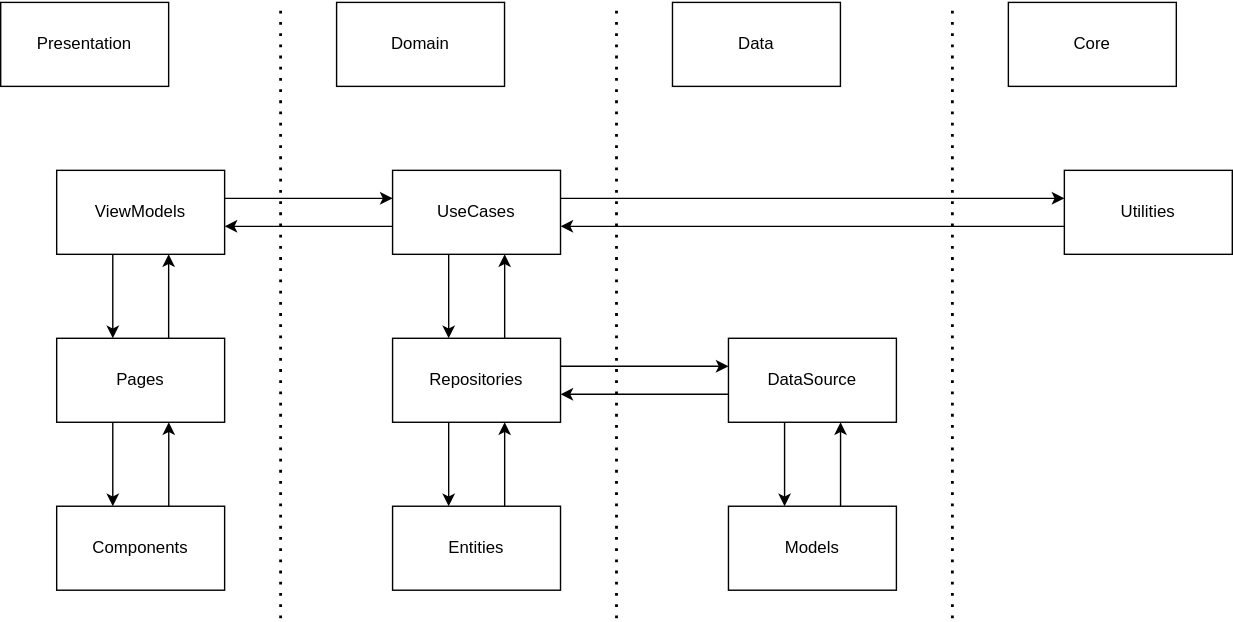
Earlier version of the draw.io export assets/MRT Jakarta Navigation Use Cases-Clean Architecture Programming.drawio.svg (jasonrichdarmawan/ProtocolExample). Source tidied: cells renumbered, new cells last; positions are measured from the earlier drawing's top-left corner, leaving out a move shared by most shapes.
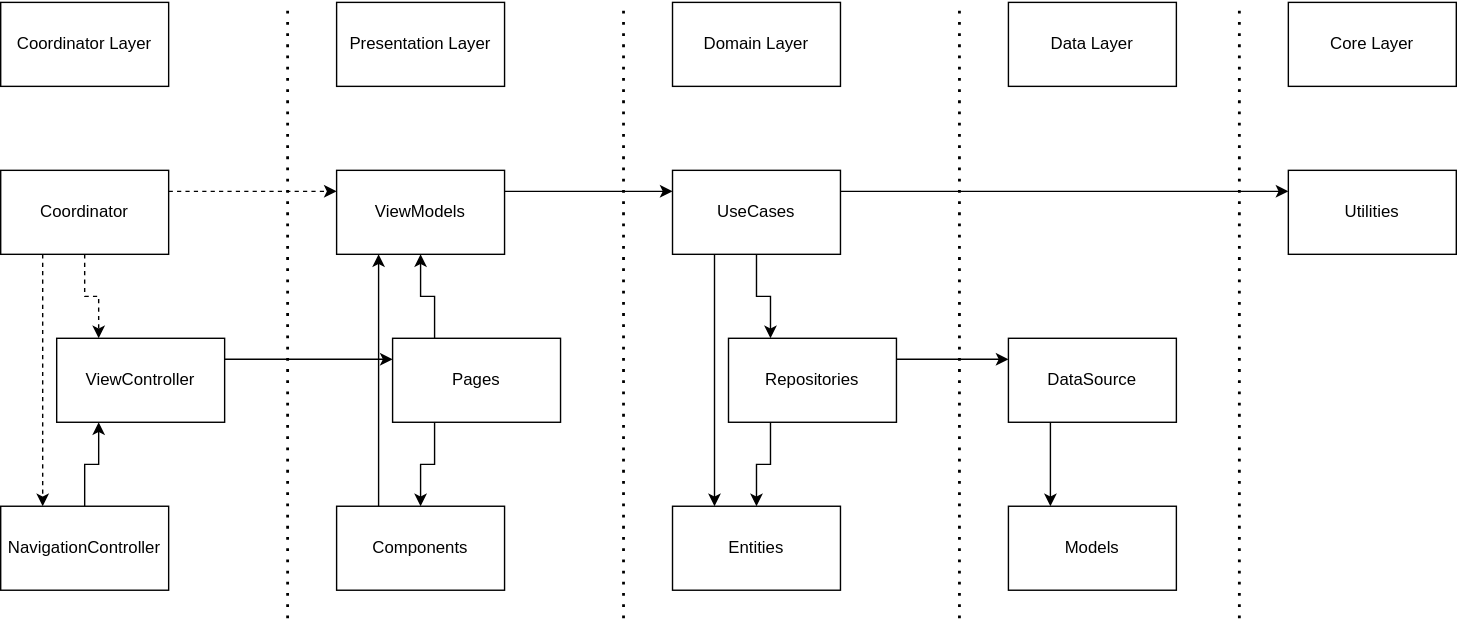
The same file after the commit.

Commit message:
chore: update clean architecture

Change to the diagram source:
```diff
@@ -2,190 +2,125 @@
   <root>
     <mxCell id="0" />
     <mxCell id="1" parent="0" />
-    <mxCell id="2" value="Presentation" style="rounded=0;whiteSpace=wrap;html=1;" parent="1" vertex="1">
-      <mxGeometry width="120" height="60" as="geometry" />
+    <mxCell id="2" value="Presentation Layer" style="rounded=0;whiteSpace=wrap;html=1;" parent="1" vertex="1">
+      <mxGeometry x="40" width="120" height="60" as="geometry" />
     </mxCell>
-    <mxCell id="3" style="edgeStyle=orthogonalEdgeStyle;rounded=0;orthogonalLoop=1;jettySize=auto;html=1;" parent="1" edge="1">
-      <mxGeometry relative="1" as="geometry">
-        <mxPoint x="120" y="280" as="sourcePoint" />
-        <mxPoint x="120" y="180" as="targetPoint" />
-      </mxGeometry>
-    </mxCell>
+    <mxCell id="34" style="edgeStyle=orthogonalEdgeStyle;rounded=0;jettySize=auto;html=1;entryX=0.5;entryY=1;entryDx=0;entryDy=0;exitX=0.25;exitY=0;exitDx=0;exitDy=0;" parent="1" edge="1" source="5" target="8">
+      <mxGeometry relative="1" as="geometry" />
+    </mxCell>
-    <mxCell id="4" style="edgeStyle=orthogonalEdgeStyle;rounded=0;jettySize=auto;html=1;" parent="1" edge="1" source="5" target="10">
-      <mxGeometry relative="1" as="geometry">
-        <Array as="points">
-          <mxPoint x="80" y="330" />
-          <mxPoint x="80" y="330" />
-        </Array>
-      </mxGeometry>
+    <mxCell id="4" style="edgeStyle=orthogonalEdgeStyle;rounded=0;jettySize=auto;html=1;entryX=0.5;entryY=0;entryDx=0;entryDy=0;exitX=0.25;exitY=1;exitDx=0;exitDy=0;" parent="1" edge="1" source="5" target="10">
+      <mxGeometry relative="1" as="geometry" />
     </mxCell>
     <mxCell id="5" value="Pages" style="rounded=0;whiteSpace=wrap;html=1;" parent="1" vertex="1">
-      <mxGeometry x="40" y="240" width="120" height="60" as="geometry" />
+      <mxGeometry x="80" y="240" width="120" height="60" as="geometry" />
     </mxCell>
-    <mxCell id="6" style="edgeStyle=orthogonalEdgeStyle;rounded=0;jettySize=auto;html=1;" parent="1" edge="1" source="8" target="5">
-      <mxGeometry relative="1" as="geometry">
-        <Array as="points">
-          <mxPoint x="80" y="210" />
-          <mxPoint x="80" y="210" />
-        </Array>
-      </mxGeometry>
-    </mxCell>
-    <mxCell id="7" style="edgeStyle=orthogonalEdgeStyle;rounded=0;orthogonalLoop=1;jettySize=auto;html=1;" parent="1" edge="1">
-      <mxGeometry relative="1" as="geometry">
-        <mxPoint x="160" y="140" as="sourcePoint" />
-        <mxPoint x="280" y="140" as="targetPoint" />
-        <Array as="points">
-          <mxPoint x="240" y="140" />
-          <mxPoint x="240" y="140" />
-        </Array>
-      </mxGeometry>
-    </mxCell>
+    <mxCell id="35" style="edgeStyle=orthogonalEdgeStyle;rounded=0;jettySize=auto;html=1;entryX=0;entryY=0.25;entryDx=0;entryDy=0;exitX=1;exitY=0.25;exitDx=0;exitDy=0;" parent="1" edge="1" source="8" target="17">
+      <mxGeometry relative="1" as="geometry" />
+    </mxCell>
     <mxCell id="8" value="ViewModels" style="rounded=0;whiteSpace=wrap;html=1;" parent="1" vertex="1">
       <mxGeometry x="40" y="120" width="120" height="60" as="geometry" />
     </mxCell>
-    <mxCell id="9" style="edgeStyle=orthogonalEdgeStyle;rounded=0;jettySize=auto;html=1;" parent="1" edge="1" source="10" target="5">
-      <mxGeometry relative="1" as="geometry">
-        <Array as="points">
-          <mxPoint x="120" y="330" />
-          <mxPoint x="120" y="330" />
-        </Array>
-      </mxGeometry>
-    </mxCell>
+    <mxCell id="36" style="edgeStyle=orthogonalEdgeStyle;rounded=0;jettySize=auto;html=1;entryX=0.25;entryY=1;entryDx=0;entryDy=0;exitX=0.25;exitY=0;exitDx=0;exitDy=0;" parent="1" edge="1" source="10" target="8">
+      <mxGeometry relative="1" as="geometry" />
+    </mxCell>
     <mxCell id="10" value="Components" style="rounded=0;whiteSpace=wrap;html=1;" parent="1" vertex="1">
       <mxGeometry x="40" y="360" width="120" height="60" as="geometry" />
     </mxCell>
-    <mxCell id="11" value="Domain" style="rounded=0;whiteSpace=wrap;html=1;" parent="1" vertex="1">
-      <mxGeometry x="240" width="120" height="60" as="geometry" />
+    <mxCell id="11" value="Domain Layer" style="rounded=0;whiteSpace=wrap;html=1;" parent="1" vertex="1">
+      <mxGeometry x="280" width="120" height="60" as="geometry" />
     </mxCell>
-    <mxCell id="12" style="edgeStyle=orthogonalEdgeStyle;rounded=0;jettySize=auto;html=1;" parent="1" edge="1" source="13" target="21">
-      <mxGeometry relative="1" as="geometry">
-        <Array as="points">
-          <mxPoint x="360" y="330" />
-          <mxPoint x="360" y="330" />
-        </Array>
-      </mxGeometry>
-    </mxCell>
     <mxCell id="13" value="Entities" style="rounded=0;whiteSpace=wrap;html=1;" parent="1" vertex="1">
       <mxGeometry x="280" y="360" width="120" height="60" as="geometry" />
     </mxCell>
-    <mxCell id="14" style="edgeStyle=orthogonalEdgeStyle;rounded=0;jettySize=auto;html=1;" parent="1" edge="1" source="17" target="8">
-      <mxGeometry relative="1" as="geometry">
-        <Array as="points">
-          <mxPoint x="240" y="160" />
-          <mxPoint x="240" y="160" />
-        </Array>
-      </mxGeometry>
-    </mxCell>
-    <mxCell id="15" style="edgeStyle=orthogonalEdgeStyle;rounded=0;jettySize=auto;html=1;" parent="1" edge="1" source="17" target="21">
-      <mxGeometry relative="1" as="geometry">
-        <Array as="points">
-          <mxPoint x="320" y="210" />
-          <mxPoint x="320" y="210" />
-        </Array>
-      </mxGeometry>
+    <mxCell id="15" style="edgeStyle=orthogonalEdgeStyle;rounded=0;jettySize=auto;html=1;exitX=0.5;exitY=1;exitDx=0;exitDy=0;entryX=0.25;entryY=0;entryDx=0;entryDy=0;" parent="1" edge="1" source="17" target="21">
+      <mxGeometry relative="1" as="geometry" />
     </mxCell>
+    <mxCell id="37" style="edgeStyle=orthogonalEdgeStyle;rounded=0;jettySize=auto;html=1;entryX=0.25;entryY=0;entryDx=0;entryDy=0;exitX=0.25;exitY=1;exitDx=0;exitDy=0;" parent="1" edge="1" source="17" target="13">
+      <mxGeometry relative="1" as="geometry" />
+    </mxCell>
-    <mxCell id="16" style="edgeStyle=orthogonalEdgeStyle;rounded=0;jettySize=auto;html=1;" parent="1" edge="1" source="17" target="33">
-      <mxGeometry relative="1" as="geometry">
-        <Array as="points">
-          <mxPoint x="620" y="140" />
-          <mxPoint x="620" y="140" />
-        </Array>
-      </mxGeometry>
+    <mxCell id="16" style="edgeStyle=orthogonalEdgeStyle;rounded=0;jettySize=auto;html=1;entryX=0;entryY=0.25;entryDx=0;entryDy=0;exitX=1;exitY=0.25;exitDx=0;exitDy=0;" parent="1" edge="1" source="17" target="33">
+      <mxGeometry relative="1" as="geometry" />
     </mxCell>
     <mxCell id="17" value="UseCases" style="rounded=0;whiteSpace=wrap;html=1;" parent="1" vertex="1">
       <mxGeometry x="280" y="120" width="120" height="60" as="geometry" />
     </mxCell>
+    <mxCell id="19" style="edgeStyle=orthogonalEdgeStyle;rounded=0;jettySize=auto;html=1;entryX=0.5;entryY=0;entryDx=0;entryDy=0;exitX=0.25;exitY=1;exitDx=0;exitDy=0;" parent="1" edge="1" source="21" target="13">
+      <mxGeometry relative="1" as="geometry" />
+    </mxCell>
-    <mxCell id="18" style="edgeStyle=orthogonalEdgeStyle;rounded=0;jettySize=auto;html=1;" parent="1" edge="1" source="21" target="25">
-      <mxGeometry relative="1" as="geometry">
-        <Array as="points">
-          <mxPoint x="450" y="260" />
-          <mxPoint x="450" y="260" />
-        </Array>
-      </mxGeometry>
+    <mxCell id="18" style="edgeStyle=orthogonalEdgeStyle;rounded=0;jettySize=auto;html=1;entryX=0;entryY=0.25;entryDx=0;entryDy=0;exitX=1;exitY=0.25;exitDx=0;exitDy=0;" parent="1" edge="1" source="21" target="25">
+      <mxGeometry relative="1" as="geometry" />
     </mxCell>
-    <mxCell id="19" style="edgeStyle=orthogonalEdgeStyle;rounded=0;jettySize=auto;html=1;" parent="1" edge="1" source="21" target="13">
-      <mxGeometry relative="1" as="geometry">
-        <Array as="points">
-          <mxPoint x="320" y="330" />
-          <mxPoint x="320" y="330" />
-        </Array>
-      </mxGeometry>
-    </mxCell>
-    <mxCell id="20" style="edgeStyle=orthogonalEdgeStyle;rounded=0;jettySize=auto;html=1;" parent="1" edge="1" source="21" target="17">
-      <mxGeometry relative="1" as="geometry">
-        <Array as="points">
-          <mxPoint x="360" y="210" />
-          <mxPoint x="360" y="210" />
-        </Array>
-      </mxGeometry>
-    </mxCell>
     <mxCell id="21" value="Repositories" style="rounded=0;whiteSpace=wrap;html=1;" parent="1" vertex="1">
-      <mxGeometry x="280" y="240" width="120" height="60" as="geometry" />
+      <mxGeometry x="320" y="240" width="120" height="60" as="geometry" />
     </mxCell>
-    <mxCell id="22" value="Data" style="rounded=0;whiteSpace=wrap;html=1;" parent="1" vertex="1">
-      <mxGeometry x="480" width="120" height="60" as="geometry" />
+    <mxCell id="22" value="Data Layer" style="rounded=0;whiteSpace=wrap;html=1;" parent="1" vertex="1">
+      <mxGeometry x="520" width="120" height="60" as="geometry" />
     </mxCell>
-    <mxCell id="23" style="edgeStyle=orthogonalEdgeStyle;rounded=0;jettySize=auto;html=1;" parent="1" edge="1" source="25" target="21">
-      <mxGeometry relative="1" as="geometry">
-        <Array as="points">
-          <mxPoint x="470" y="280" />
-          <mxPoint x="470" y="280" />
-        </Array>
-      </mxGeometry>
-    </mxCell>
-    <mxCell id="24" style="edgeStyle=orthogonalEdgeStyle;rounded=0;jettySize=auto;html=1;" parent="1" edge="1" source="25" target="27">
-      <mxGeometry relative="1" as="geometry">
-        <Array as="points">
-          <mxPoint x="560" y="330" />
-          <mxPoint x="560" y="330" />
-        </Array>
-      </mxGeometry>
+    <mxCell id="24" style="edgeStyle=orthogonalEdgeStyle;rounded=0;jettySize=auto;html=1;entryX=0.25;entryY=0;entryDx=0;entryDy=0;exitX=0.25;exitY=1;exitDx=0;exitDy=0;" parent="1" edge="1" source="25" target="27">
+      <mxGeometry relative="1" as="geometry" />
     </mxCell>
     <mxCell id="25" value="DataSource" style="rounded=0;whiteSpace=wrap;html=1;" parent="1" vertex="1">
       <mxGeometry x="520" y="240" width="120" height="60" as="geometry" />
     </mxCell>
-    <mxCell id="26" style="edgeStyle=orthogonalEdgeStyle;rounded=0;jettySize=auto;html=1;" parent="1" edge="1" source="27" target="25">
-      <mxGeometry relative="1" as="geometry">
-        <Array as="points">
-          <mxPoint x="600" y="330" />
-          <mxPoint x="600" y="330" />
-        </Array>
-      </mxGeometry>
-    </mxCell>
     <mxCell id="27" value="Models" style="rounded=0;whiteSpace=wrap;html=1;" parent="1" vertex="1">
       <mxGeometry x="520" y="360" width="120" height="60" as="geometry" />
     </mxCell>
     <mxCell id="28" style="endArrow=none;dashed=1;html=1;dashPattern=1 3;strokeWidth=2;rounded=0;" parent="1" edge="1">
       <mxGeometry relative="1" as="geometry">
-        <mxPoint x="200" y="440" as="sourcePoint" />
-        <mxPoint x="200" as="targetPoint" />
+        <mxPoint x="245" y="440" as="sourcePoint" />
+        <mxPoint x="245" as="targetPoint" />
       </mxGeometry>
     </mxCell>
     <mxCell id="29" style="endArrow=none;dashed=1;html=1;dashPattern=1 3;strokeWidth=2;rounded=0;" parent="1" edge="1">
       <mxGeometry relative="1" as="geometry">
-        <mxPoint x="440" y="440" as="sourcePoint" />
-        <mxPoint x="440" as="targetPoint" />
+        <mxPoint x="485" y="440" as="sourcePoint" />
+        <mxPoint x="485" as="targetPoint" />
       </mxGeometry>
     </mxCell>
     <mxCell id="30" style="endArrow=none;dashed=1;html=1;dashPattern=1 3;strokeWidth=2;rounded=0;" parent="1" edge="1">
       <mxGeometry relative="1" as="geometry">
-        <mxPoint x="680" y="440" as="sourcePoint" />
-        <mxPoint x="680" as="targetPoint" />
+        <mxPoint x="685" y="440" as="sourcePoint" />
+        <mxPoint x="685" as="targetPoint" />
       </mxGeometry>
     </mxCell>
-    <mxCell id="31" value="Core" style="rounded=0;whiteSpace=wrap;html=1;" parent="1" vertex="1">
+    <mxCell id="31" value="Core Layer" style="rounded=0;whiteSpace=wrap;html=1;" parent="1" vertex="1">
       <mxGeometry x="720" width="120" height="60" as="geometry" />
     </mxCell>
-    <mxCell id="32" style="edgeStyle=orthogonalEdgeStyle;rounded=0;jettySize=auto;html=1;" parent="1" edge="1" source="33" target="17">
-      <mxGeometry relative="1" as="geometry">
-        <Array as="points">
-          <mxPoint x="530" y="160" />
-          <mxPoint x="530" y="160" />
-        </Array>
-      </mxGeometry>
-    </mxCell>
     <mxCell id="33" value="Utilities" style="rounded=0;whiteSpace=wrap;html=1;" parent="1" vertex="1">
-      <mxGeometry x="760" y="120" width="120" height="60" as="geometry" />
+      <mxGeometry x="720" y="120" width="120" height="60" as="geometry" />
     </mxCell>
+    <mxCell id="38" value="Coordinator Layer" style="rounded=0;whiteSpace=wrap;html=1;" parent="1" vertex="1">
+      <mxGeometry x="-200" width="120" height="60" as="geometry" />
+    </mxCell>
+    <mxCell id="39" style="endArrow=none;dashed=1;html=1;dashPattern=1 3;strokeWidth=2;rounded=0;" parent="1" edge="1">
+      <mxGeometry relative="1" as="geometry">
+        <mxPoint x="5" y="440" as="sourcePoint" />
+        <mxPoint x="5" as="targetPoint" />
+      </mxGeometry>
+    </mxCell>
+    <mxCell id="40" style="edgeStyle=orthogonalEdgeStyle;rounded=0;jettySize=auto;html=1;entryX=0;entryY=0.25;entryDx=0;entryDy=0;exitX=1;exitY=0.25;exitDx=0;exitDy=0;" parent="1" edge="1" source="41" target="5">
+      <mxGeometry relative="1" as="geometry" />
+    </mxCell>
+    <mxCell id="41" value="ViewController" style="rounded=0;whiteSpace=wrap;html=1;" parent="1" vertex="1">
+      <mxGeometry x="-160" y="240" width="120" height="60" as="geometry" />
+    </mxCell>
+    <mxCell id="42" style="edgeStyle=orthogonalEdgeStyle;rounded=0;jettySize=auto;html=1;entryX=0.25;entryY=0;entryDx=0;entryDy=0;dashed=1;exitX=0.5;exitY=1;exitDx=0;exitDy=0;" parent="1" edge="1" source="45" target="41">
+      <mxGeometry relative="1" as="geometry" />
+    </mxCell>
+    <mxCell id="43" style="edgeStyle=orthogonalEdgeStyle;rounded=0;jettySize=auto;html=1;entryX=0;entryY=0.25;entryDx=0;entryDy=0;exitX=1;exitY=0.25;exitDx=0;exitDy=0;dashed=1;" parent="1" edge="1" source="45" target="8">
+      <mxGeometry relative="1" as="geometry" />
+    </mxCell>
+    <mxCell id="44" style="edgeStyle=orthogonalEdgeStyle;rounded=0;jettySize=auto;html=1;entryX=0.25;entryY=0;entryDx=0;entryDy=0;exitX=0.25;exitY=1;exitDx=0;exitDy=0;dashed=1;" parent="1" edge="1" source="45" target="47">
+      <mxGeometry relative="1" as="geometry" />
+    </mxCell>
+    <mxCell id="45" value="Coordinator" style="rounded=0;whiteSpace=wrap;html=1;" parent="1" vertex="1">
+      <mxGeometry x="-200" y="120" width="120" height="60" as="geometry" />
+    </mxCell>
+    <mxCell id="46" style="edgeStyle=orthogonalEdgeStyle;rounded=0;jettySize=auto;html=1;entryX=0.25;entryY=1;entryDx=0;entryDy=0;" parent="1" edge="1" source="47" target="41">
+      <mxGeometry relative="1" as="geometry" />
+    </mxCell>
+    <mxCell id="47" value="NavigationController" style="rounded=0;whiteSpace=wrap;html=1;" parent="1" vertex="1">
+      <mxGeometry x="-200" y="360" width="120" height="60" as="geometry" />
+    </mxCell>
   </root>
 </mxGraphModel>
```
